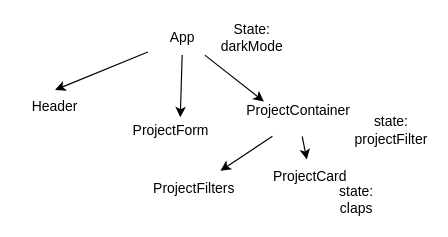
emileypalmquist/ntl-se-012725 keeps this draw.io diagram as phase-two/04_controlled_forms/component-heirarchy.drawio. Above is the earlier version. Source tidied: cells renumbered, new cells numbered last; positions are measured from the earlier drawing's top-left corner, leaving out a move shared by most shapes. Both pictures are drawn from the tidied source at 116%, with x=0, y=0 at pixel (20, 20).
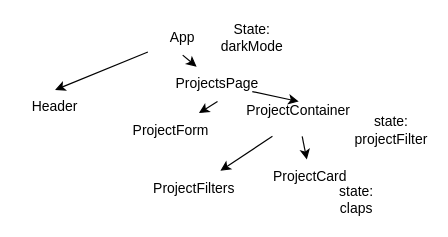
The same diagram, later.

Change to the diagram source:
```diff
@@
 <mxGraphModel>
   <root>
     <mxCell id="0" />
     <mxCell id="1" parent="0" />
     <mxCell id="2" style="edgeStyle=none;html=1;entryX=0.5;entryY=0;entryDx=0;entryDy=0;" parent="1" edge="1" source="4" target="5">
       <mxGeometry relative="1" as="geometry" />
     </mxCell>
-    <mxCell id="3" style="edgeStyle=none;html=1;entryX=0;entryY=0;entryDx=0;entryDy=0;" parent="1" edge="1" source="4" target="9">
-      <mxGeometry relative="1" as="geometry" />
-    </mxCell>
+    <mxCell id="16" style="edgeStyle=none;html=1;exitX=0.5;exitY=1;exitDx=0;exitDy=0;" parent="1" edge="1" source="4" target="19">
+      <mxGeometry relative="1" as="geometry" />
+    </mxCell>
     <mxCell id="4" value="App" style="text;html=1;align=center;verticalAlign=middle;whiteSpace=wrap;rounded=0;" parent="1" vertex="1">
       <mxGeometry x="110" width="60" height="30" as="geometry" />
     </mxCell>
     <mxCell id="5" value="Header" style="text;html=1;align=center;verticalAlign=middle;whiteSpace=wrap;rounded=0;" parent="1" vertex="1">
       <mxGeometry y="60" width="60" height="30" as="geometry" />
     </mxCell>
     <mxCell id="6" value="ProjectForm" style="text;html=1;align=center;verticalAlign=middle;whiteSpace=wrap;rounded=0;" parent="1" vertex="1">
       <mxGeometry x="100" y="80" width="60" height="30" as="geometry" />
     </mxCell>
-    <mxCell id="7" style="edgeStyle=none;html=1;entryX=0.632;entryY=0.121;entryDx=0;entryDy=0;entryPerimeter=0;" parent="1" edge="1" source="4" target="6">
-      <mxGeometry relative="1" as="geometry" />
-    </mxCell>
     <mxCell id="8" style="edgeStyle=none;html=1;" parent="1" edge="1" source="9" target="10">
       <mxGeometry relative="1" as="geometry" />
     </mxCell>
     <mxCell id="9" value="ProjectContainer&lt;div&gt;&lt;br&gt;&lt;/div&gt;" style="text;html=1;align=center;verticalAlign=middle;whiteSpace=wrap;rounded=0;" parent="1" vertex="1">
       <mxGeometry x="210" y="70" width="60" height="30" as="geometry" />
     </mxCell>
     <mxCell id="10" value="ProjectCard" style="text;html=1;align=center;verticalAlign=middle;whiteSpace=wrap;rounded=0;" parent="1" vertex="1">
       <mxGeometry x="220" y="120" width="60" height="30" as="geometry" />
     </mxCell>
     <mxCell id="11" value="State: darkMode" style="text;html=1;align=center;verticalAlign=middle;whiteSpace=wrap;rounded=0;" parent="1" vertex="1">
       <mxGeometry x="170" width="60" height="30" as="geometry" />
     </mxCell>
     <mxCell id="12" value="state: projectFilter" style="text;html=1;align=center;verticalAlign=middle;whiteSpace=wrap;rounded=0;" parent="1" vertex="1">
       <mxGeometry x="290" y="80" width="60" height="30" as="geometry" />
     </mxCell>
     <mxCell id="13" value="state: claps" style="text;html=1;align=center;verticalAlign=middle;whiteSpace=wrap;rounded=0;" parent="1" vertex="1">
       <mxGeometry x="260" y="140" width="60" height="30" as="geometry" />
     </mxCell>
     <mxCell id="14" value="ProjectFilters" style="text;html=1;align=center;verticalAlign=middle;whiteSpace=wrap;rounded=0;" parent="1" vertex="1">
       <mxGeometry x="120" y="130" width="60" height="30" as="geometry" />
     </mxCell>
     <mxCell id="15" style="edgeStyle=none;html=1;entryX=0.875;entryY=-0.009;entryDx=0;entryDy=0;entryPerimeter=0;" parent="1" edge="1" source="9" target="14">
       <mxGeometry relative="1" as="geometry" />
     </mxCell>
+    <mxCell id="17" style="edgeStyle=none;html=1;exitX=0.5;exitY=1;exitDx=0;exitDy=0;" parent="1" edge="1" source="19" target="6">
+      <mxGeometry relative="1" as="geometry" />
+    </mxCell>
+    <mxCell id="18" style="edgeStyle=none;html=1;entryX=0.5;entryY=0;entryDx=0;entryDy=0;" parent="1" edge="1" source="19" target="9">
+      <mxGeometry relative="1" as="geometry" />
+    </mxCell>
+    <mxCell id="19" value="ProjectsPage" style="text;html=1;align=center;verticalAlign=middle;whiteSpace=wrap;rounded=0;" parent="1" vertex="1">
+      <mxGeometry x="140" y="40" width="60" height="30" as="geometry" />
+    </mxCell>
   </root>
 </mxGraphModel>
```
